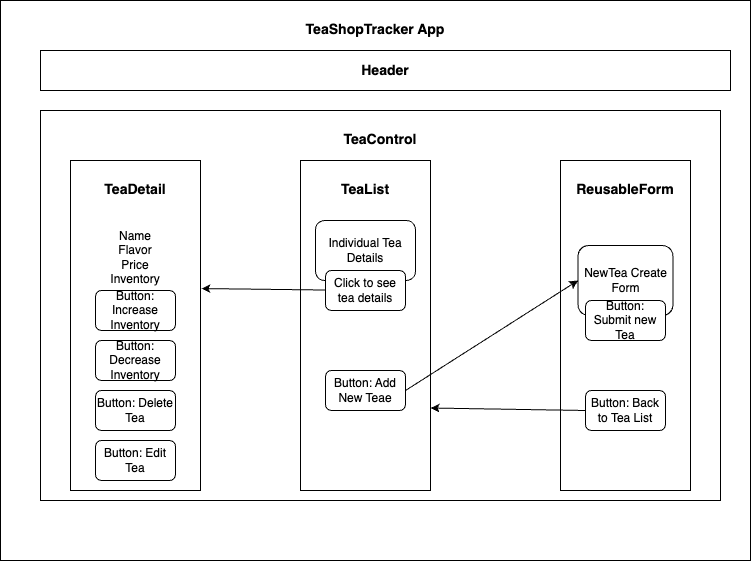
Earlier version of the draw.io export TeaShopComponent.png (jessicahattig/TeaShopTracker). Source tidied: cells renumbered, new cells last; positions are measured from the earlier drawing's top-left corner, leaving out a move shared by most shapes. Its diagram source:
```xml
<mxGraphModel>
  <root>
    <mxCell id="0" />
    <mxCell id="1" parent="0" />
    <mxCell id="2" value="&lt;h3&gt;TeaShopTracker App&lt;/h3&gt;" style="rounded=0;whiteSpace=wrap;html=1;verticalAlign=top;" parent="1" vertex="1">
      <mxGeometry width="750" height="560" as="geometry" />
    </mxCell>
    <mxCell id="3" value="&lt;h3&gt;Header&lt;/h3&gt;" style="rounded=0;whiteSpace=wrap;html=1;" parent="1" vertex="1">
      <mxGeometry x="40" y="50" width="690" height="40" as="geometry" />
    </mxCell>
    <mxCell id="4" value="&lt;h3&gt;TeaControl&lt;/h3&gt;" style="rounded=0;whiteSpace=wrap;html=1;verticalAlign=top;" parent="1" vertex="1">
      <mxGeometry x="40" y="110" width="680" height="390" as="geometry" />
    </mxCell>
    <mxCell id="5" value="&lt;h3&gt;ReusableForm&lt;/h3&gt;" style="rounded=0;whiteSpace=wrap;html=1;verticalAlign=top;" parent="1" vertex="1">
      <mxGeometry x="560" y="160" width="130" height="330" as="geometry" />
    </mxCell>
    <mxCell id="6" value="&lt;h3&gt;TeaList&lt;/h3&gt;" style="rounded=0;whiteSpace=wrap;html=1;verticalAlign=top;" parent="1" vertex="1">
      <mxGeometry x="300" y="160" width="130" height="330" as="geometry" />
    </mxCell>
    <mxCell id="7" value="&lt;h3&gt;TeaDetail&lt;br&gt;&lt;br&gt;&lt;/h3&gt;&lt;div&gt;Name&lt;/div&gt;&lt;div&gt;Flavor&lt;/div&gt;&lt;div&gt;Price&lt;/div&gt;&lt;div&gt;Inventory&lt;/div&gt;" style="rounded=0;whiteSpace=wrap;html=1;verticalAlign=top;" parent="1" vertex="1">
      <mxGeometry x="70" y="160" width="130" height="330" as="geometry" />
    </mxCell>
    <mxCell id="8" value="NewTea Create Form" style="rounded=1;whiteSpace=wrap;html=1;" parent="1" vertex="1">
      <mxGeometry x="577.5" y="245" width="95" height="70" as="geometry" />
    </mxCell>
    <mxCell id="9" value="Button: Submit new Tea" style="rounded=1;whiteSpace=wrap;html=1;" parent="1" vertex="1">
      <mxGeometry x="585" y="300" width="80" height="40" as="geometry" />
    </mxCell>
    <mxCell id="10" value="Button: Back to Tea List" style="rounded=1;whiteSpace=wrap;html=1;" parent="1" vertex="1">
      <mxGeometry x="585" y="390" width="80" height="40" as="geometry" />
    </mxCell>
    <mxCell id="11" style="endArrow=classic;html=1;rounded=0;exitX=0;exitY=0.5;exitDx=0;exitDy=0;entryX=1;entryY=0.75;entryDx=0;entryDy=0;" parent="1" edge="1" source="10" target="6">
      <mxGeometry relative="1" as="geometry" />
    </mxCell>
    <mxCell id="12" value="Individual Tea Details" style="rounded=1;whiteSpace=wrap;html=1;" parent="1" vertex="1">
      <mxGeometry x="315" y="220" width="100" height="60" as="geometry" />
    </mxCell>
    <mxCell id="13" value="Button: Add New Teae" style="rounded=1;whiteSpace=wrap;html=1;" parent="1" vertex="1">
      <mxGeometry x="325" y="370" width="80" height="40" as="geometry" />
    </mxCell>
    <mxCell id="14" value="Click to see tea details" style="rounded=1;whiteSpace=wrap;html=1;" parent="1" vertex="1">
      <mxGeometry x="325" y="270" width="80" height="40" as="geometry" />
    </mxCell>
    <mxCell id="15" style="endArrow=classic;html=1;rounded=0;entryX=1.008;entryY=0.388;entryDx=0;entryDy=0;entryPerimeter=0;" parent="1" edge="1" source="14" target="7">
      <mxGeometry relative="1" as="geometry" />
    </mxCell>
    <mxCell id="16" value="Button: Increase Inventory" style="rounded=1;whiteSpace=wrap;html=1;" parent="1" vertex="1">
      <mxGeometry x="95" y="290" width="80" height="40" as="geometry" />
    </mxCell>
    <mxCell id="17" value="Button: Decrease Inventory" style="rounded=1;whiteSpace=wrap;html=1;" parent="1" vertex="1">
      <mxGeometry x="95" y="340" width="80" height="40" as="geometry" />
    </mxCell>
    <mxCell id="18" value="Button: Delete Tea" style="rounded=1;whiteSpace=wrap;html=1;" parent="1" vertex="1">
      <mxGeometry x="95" y="390" width="80" height="40" as="geometry" />
    </mxCell>
    <mxCell id="19" value="Button: Edit Tea" style="rounded=1;whiteSpace=wrap;html=1;" parent="1" vertex="1">
      <mxGeometry x="95" y="440" width="80" height="40" as="geometry" />
    </mxCell>
    <mxCell id="20" style="endArrow=classic;html=1;rounded=0;exitX=1;exitY=0.5;exitDx=0;exitDy=0;entryX=0;entryY=0.5;entryDx=0;entryDy=0;" parent="1" edge="1" source="13" target="8">
      <mxGeometry relative="1" as="geometry" />
    </mxCell>
  </root>
</mxGraphModel>
```
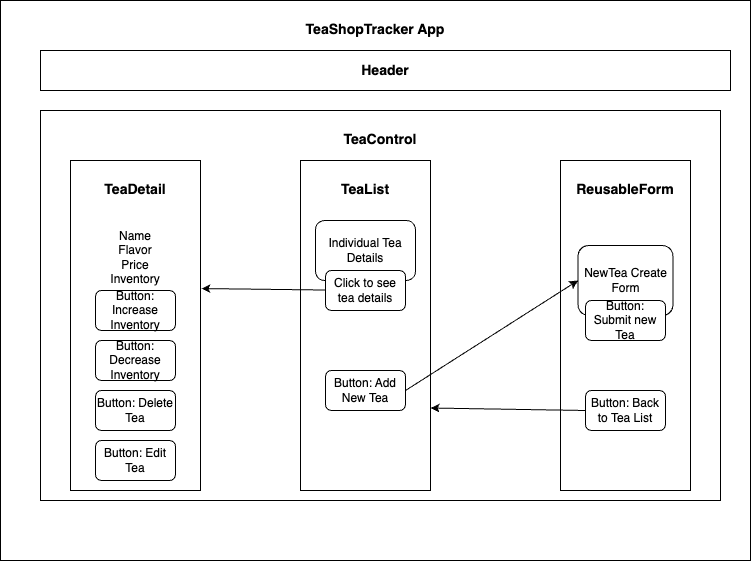
The same file after the commit.

Change to the diagram source:
```diff
@@ -35,7 +35,7 @@
     <mxCell id="12" value="Individual Tea Details" style="rounded=1;whiteSpace=wrap;html=1;" parent="1" vertex="1">
       <mxGeometry x="315" y="220" width="100" height="60" as="geometry" />
     </mxCell>
-    <mxCell id="13" value="Button: Add New Teae" style="rounded=1;whiteSpace=wrap;html=1;" parent="1" vertex="1">
+    <mxCell id="13" value="Button: Add New Tea" style="rounded=1;whiteSpace=wrap;html=1;" parent="1" vertex="1">
       <mxGeometry x="325" y="370" width="80" height="40" as="geometry" />
     </mxCell>
     <mxCell id="14" value="Click to see tea details" style="rounded=1;whiteSpace=wrap;html=1;" parent="1" vertex="1">
```
